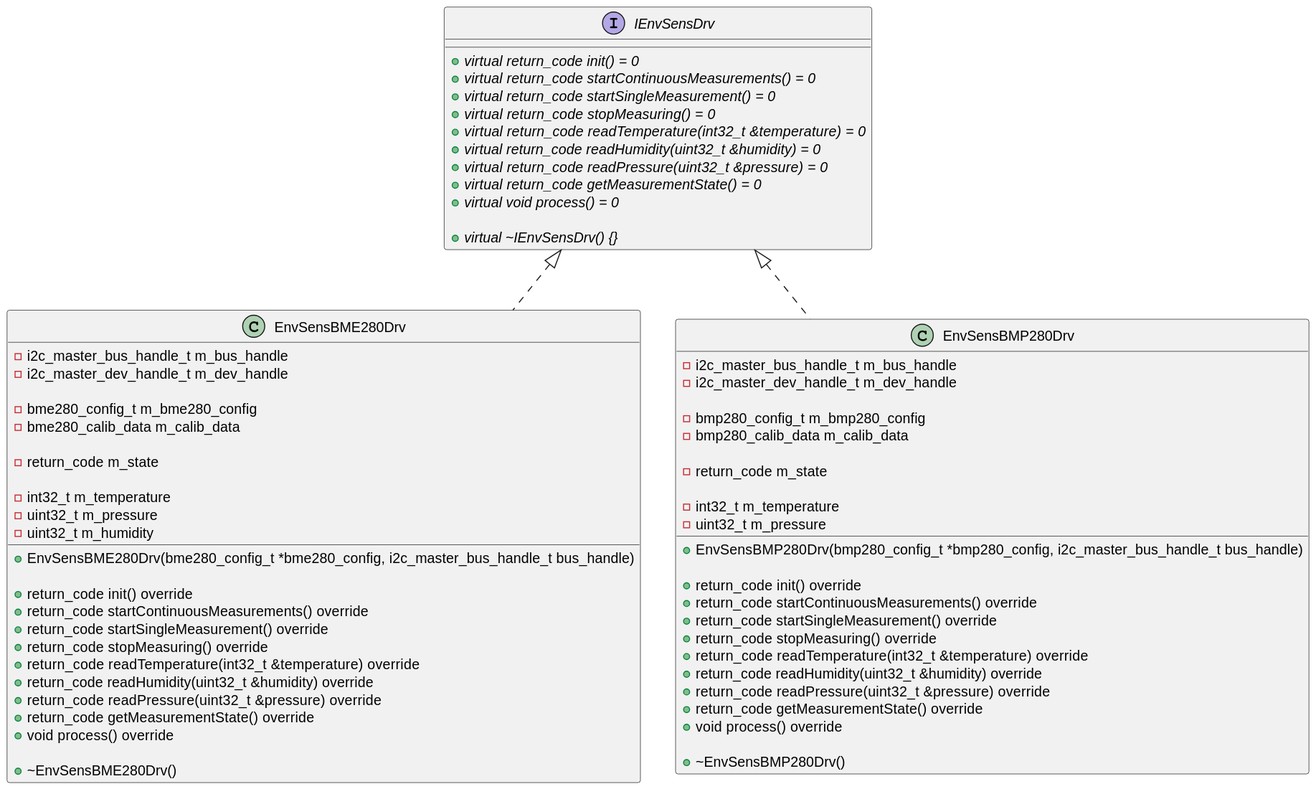
Earlier version of the PlantUML export iot_espdif/doc/out/class_diagram/diagram.svg (adrianhopa2/embeddedGL2024). The source it was exported from:
```plantuml
@startuml
interface IEnvSensDrv
{
    +{abstract}virtual return_code init() = 0
    +{abstract}virtual return_code startContinuousMeasurements() = 0
    +{abstract}virtual return_code startSingleMeasurement() = 0
    +{abstract}virtual return_code stopMeasuring() = 0
    +{abstract}virtual return_code readTemperature(int32_t &temperature) = 0
    +{abstract}virtual return_code readHumidity(uint32_t &humidity) = 0
    +{abstract}virtual return_code readPressure(uint32_t &pressure) = 0
    +{abstract}virtual return_code getMeasurementState() = 0
    +{abstract}virtual void process() = 0

    +{abstract}virtual ~IEnvSensDrv() {}
}

class EnvSensBME280Drv implements IEnvSensDrv
{
    -i2c_master_bus_handle_t m_bus_handle
    -i2c_master_dev_handle_t m_dev_handle

    -bme280_config_t m_bme280_config
    -bme280_calib_data m_calib_data

    -return_code m_state

    -int32_t m_temperature
    -uint32_t m_pressure
    -uint32_t m_humidity

    +EnvSensBME280Drv(bme280_config_t *bme280_config, i2c_master_bus_handle_t bus_handle)

    +return_code init() override
    +return_code startContinuousMeasurements() override
    +return_code startSingleMeasurement() override
    +return_code stopMeasuring() override
    +return_code readTemperature(int32_t &temperature) override
    +return_code readHumidity(uint32_t &humidity) override
    +return_code readPressure(uint32_t &pressure) override
    +return_code getMeasurementState() override
    +void process() override

    +~EnvSensBME280Drv()
}

class EnvSensBMP280Drv implements IEnvSensDrv
{
    -i2c_master_bus_handle_t m_bus_handle
    -i2c_master_dev_handle_t m_dev_handle

    -bmp280_config_t m_bmp280_config
    -bmp280_calib_data m_calib_data

    -return_code m_state

    -int32_t m_temperature
    -uint32_t m_pressure

    +EnvSensBMP280Drv(bmp280_config_t *bmp280_config, i2c_master_bus_handle_t bus_handle)

    +return_code init() override
    +return_code startContinuousMeasurements() override
    +return_code startSingleMeasurement() override
    +return_code stopMeasuring() override
    +return_code readTemperature(int32_t &temperature) override
    +return_code readHumidity(uint32_t &humidity) override
    +return_code readPressure(uint32_t &pressure) override
    +return_code getMeasurementState() override
    +void process() override

    +~EnvSensBMP280Drv()
}
@enduml
```
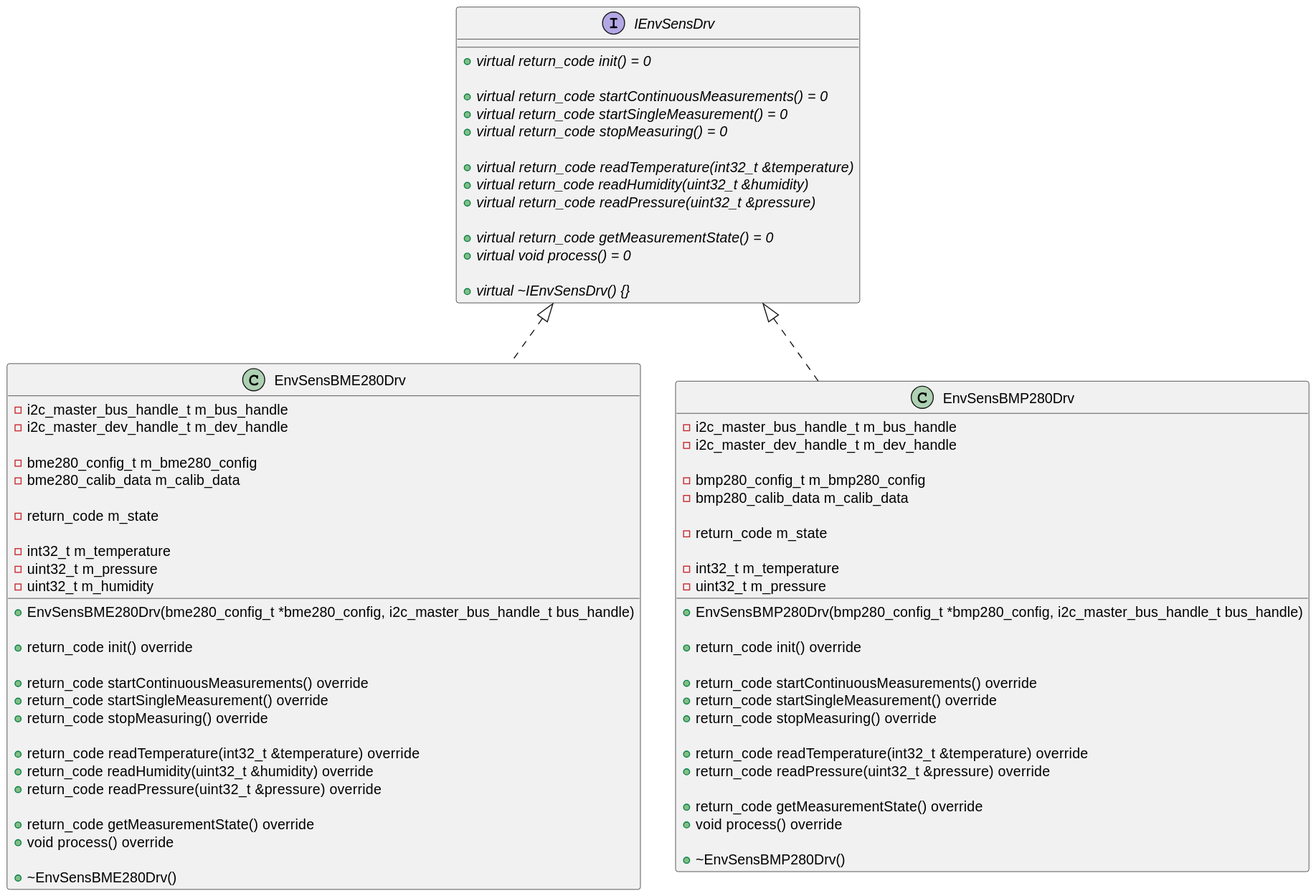
After the commit.

The edit, as a diff of the source:
```diff
@@ -2,12 +2,15 @@
 interface IEnvSensDrv
 {
     +{abstract}virtual return_code init() = 0
+
     +{abstract}virtual return_code startContinuousMeasurements() = 0
     +{abstract}virtual return_code startSingleMeasurement() = 0
     +{abstract}virtual return_code stopMeasuring() = 0
-    +{abstract}virtual return_code readTemperature(int32_t &temperature) = 0
-    +{abstract}virtual return_code readHumidity(uint32_t &humidity) = 0
-    +{abstract}virtual return_code readPressure(uint32_t &pressure) = 0
+
+    +{abstract}virtual return_code readTemperature(int32_t &temperature)
+    +{abstract}virtual return_code readHumidity(uint32_t &humidity)
+    +{abstract}virtual return_code readPressure(uint32_t &pressure)
+
     +{abstract}virtual return_code getMeasurementState() = 0
     +{abstract}virtual void process() = 0
 
@@ -31,12 +34,15 @@
     +EnvSensBME280Drv(bme280_config_t *bme280_config, i2c_master_bus_handle_t bus_handle)
 
     +return_code init() override
+
     +return_code startContinuousMeasurements() override
     +return_code startSingleMeasurement() override
     +return_code stopMeasuring() override
+
     +return_code readTemperature(int32_t &temperature) override
     +return_code readHumidity(uint32_t &humidity) override
     +return_code readPressure(uint32_t &pressure) override
+
     +return_code getMeasurementState() override
     +void process() override
 
@@ -59,12 +65,14 @@
     +EnvSensBMP280Drv(bmp280_config_t *bmp280_config, i2c_master_bus_handle_t bus_handle)
 
     +return_code init() override
+
     +return_code startContinuousMeasurements() override
     +return_code startSingleMeasurement() override
     +return_code stopMeasuring() override
+
     +return_code readTemperature(int32_t &temperature) override
-    +return_code readHumidity(uint32_t &humidity) override
     +return_code readPressure(uint32_t &pressure) override
+
     +return_code getMeasurementState() override
     +void process() override
 
```
